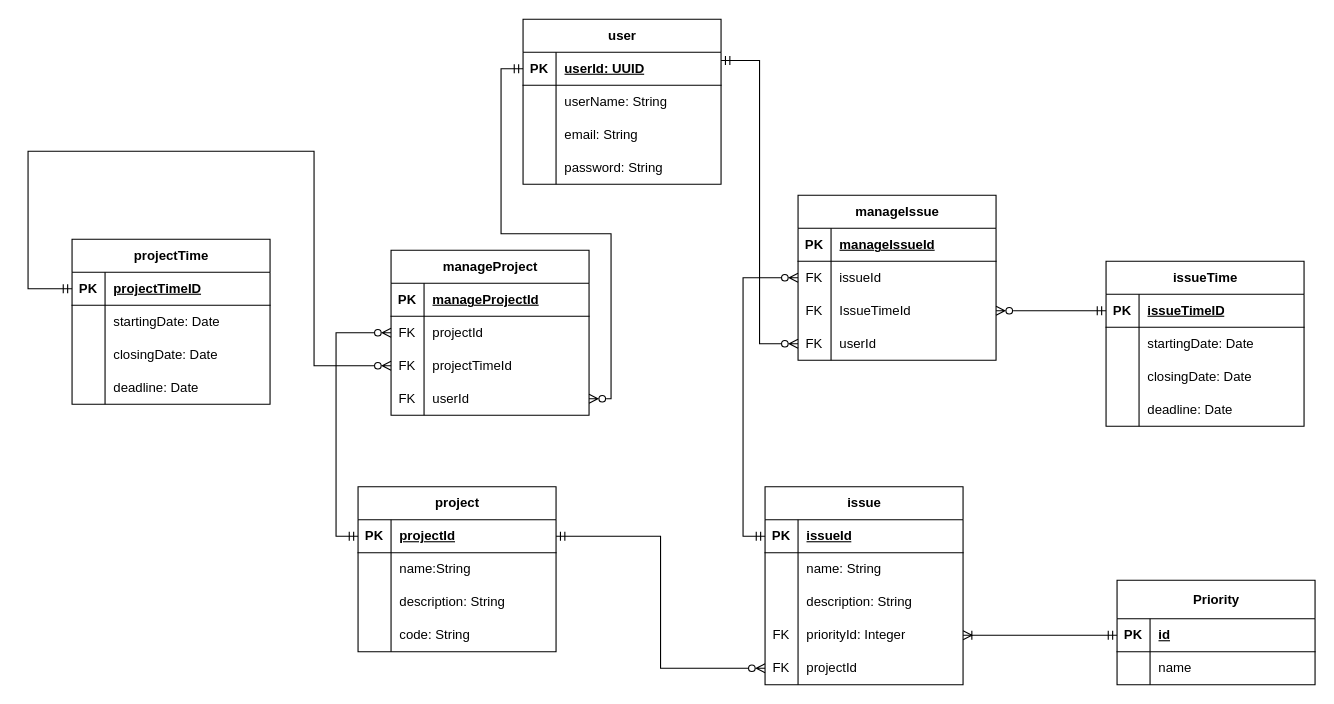
The draw.io diagram images/schema.drawio in andrevier/issue_tracker, before the edit. Source tidied: cells renumbered, new cells numbered last; positions are measured from the earlier drawing's top-left corner, leaving out a move shared by most shapes. Both pictures are drawn from the tidied source at 110%, with x=0, y=0 at pixel (28, 19).
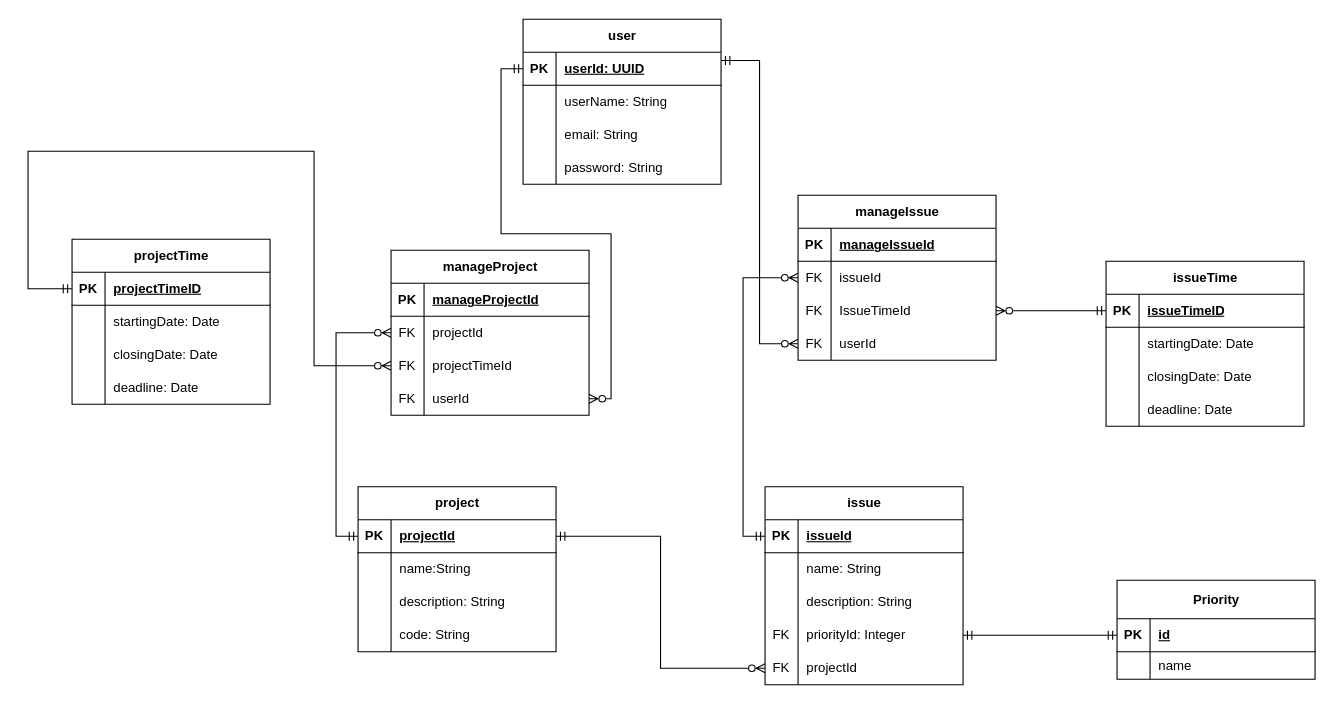
After the change.

The change refers to these unchanged cells:
```xml
<mxCell id="38" style="shape=tableRow;horizontal=0;startSize=0;swimlaneHead=0;swimlaneBody=0;fillColor=none;points=[[0,0.5],[1,0.5]];portConstraint=eastwest;top=0;left=0;right=0;bottom=0;" parent="28" vertex="1">
  <mxGeometry y="120" width="180" height="30" as="geometry" />
</mxCell>
<mxCell id="78" style="shape=tableRow;horizontal=0;startSize=0;swimlaneHead=0;swimlaneBody=0;fillColor=none;points=[[0,0.5],[1,0.5]];portConstraint=eastwest;top=0;left=0;right=0;bottom=1;" parent="77" vertex="1">
  <mxGeometry y="35" width="180" height="30" as="geometry" />
</mxCell>
```

What changed in the source:
```diff
@@
     <mxCell id="77" value="Priority" style="shape=table;startSize=35;childLayout=tableLayout;rowLines=0;fontStyle=1;align=center;html=1;" parent="1" vertex="1">
-      <mxGeometry x="990" y="510" width="180" height="95" as="geometry" />
+      <mxGeometry x="990" y="510" width="180" height="90" as="geometry" />
     </mxCell>
@@
     <mxCell id="81" style="shape=tableRow;horizontal=0;startSize=0;swimlaneHead=0;swimlaneBody=0;fillColor=none;top=0;left=0;right=0;bottom=0;" parent="77" vertex="1">
-      <mxGeometry y="65" width="180" height="30" as="geometry" />
+      <mxGeometry y="65" width="180" height="25" as="geometry" />
     </mxCell>
     <mxCell id="82" style="shape=partialRectangle;fillColor=none;top=0;left=0;bottom=0;right=0;overflow=hidden;whiteSpace=wrap;html=1;" parent="81" vertex="1">
-      <mxGeometry width="30" height="30" as="geometry" />
+      <mxGeometry width="30" height="25" as="geometry" />
     </mxCell>
     <mxCell id="83" value="name" style="shape=partialRectangle;fillColor=none;top=0;left=0;bottom=0;right=0;align=left;spacingLeft=6;overflow=hidden;whiteSpace=wrap;html=1;" parent="81" vertex="1">
-      <mxGeometry x="30" width="150" height="30" as="geometry" />
+      <mxGeometry x="30" width="150" height="25" as="geometry" />
     </mxCell>
-    <mxCell id="84" style="edgeStyle=orthogonalEdgeStyle;rounded=0;jettySize=auto;html=1;exitX=1;exitY=0.5;exitDx=0;exitDy=0;entryX=0;entryY=0.5;entryDx=0;entryDy=0;endArrow=ERmandOne;endFill=0;startArrow=ERoneToMany;startFill=0;" parent="1" edge="1" source="38" target="78">
+    <mxCell id="84" style="edgeStyle=orthogonalEdgeStyle;rounded=0;jettySize=auto;html=1;exitX=1;exitY=0.5;exitDx=0;exitDy=0;entryX=0;entryY=0.5;entryDx=0;entryDy=0;endArrow=ERmandOne;endFill=0;startArrow=ERmandOne;startFill=0;" parent="1" edge="1" source="38" target="78">
       <mxGeometry relative="1" as="geometry" />
     </mxCell>
```
